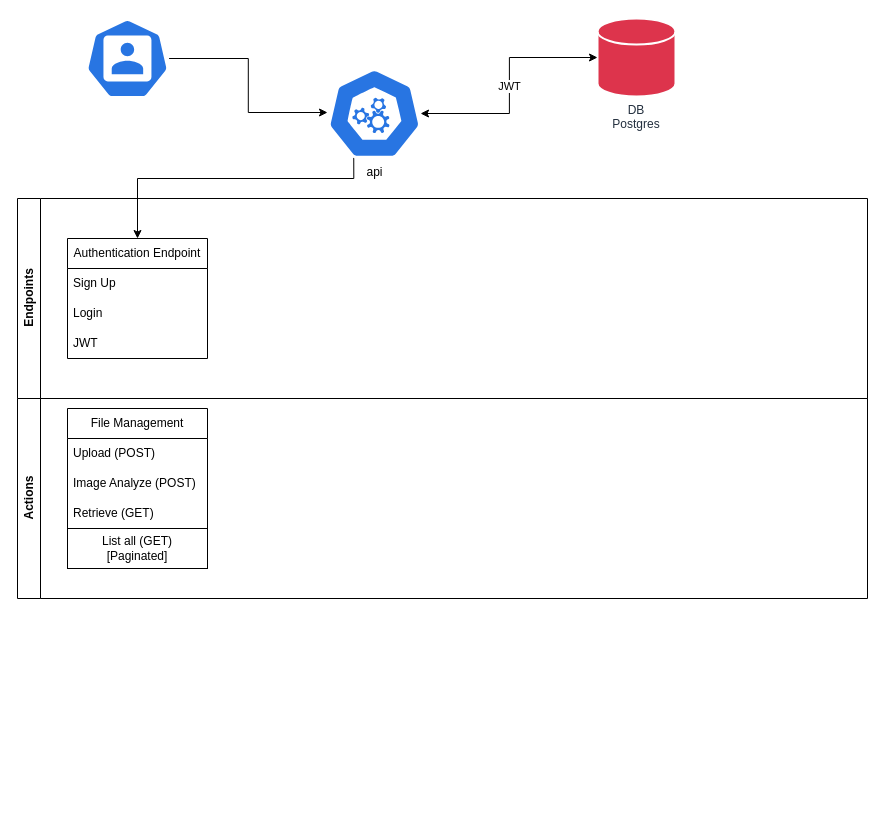
jstoveld/fitty keeps this draw.io diagram as fitty_api.drawio. Above is the earlier version. Source tidied: cells renumbered, new cells numbered last; positions are measured from the earlier drawing's top-left corner, leaving out a move shared by most shapes. Both pictures are drawn from the tidied source at 100%, with x=0, y=0 at pixel (17, 18).
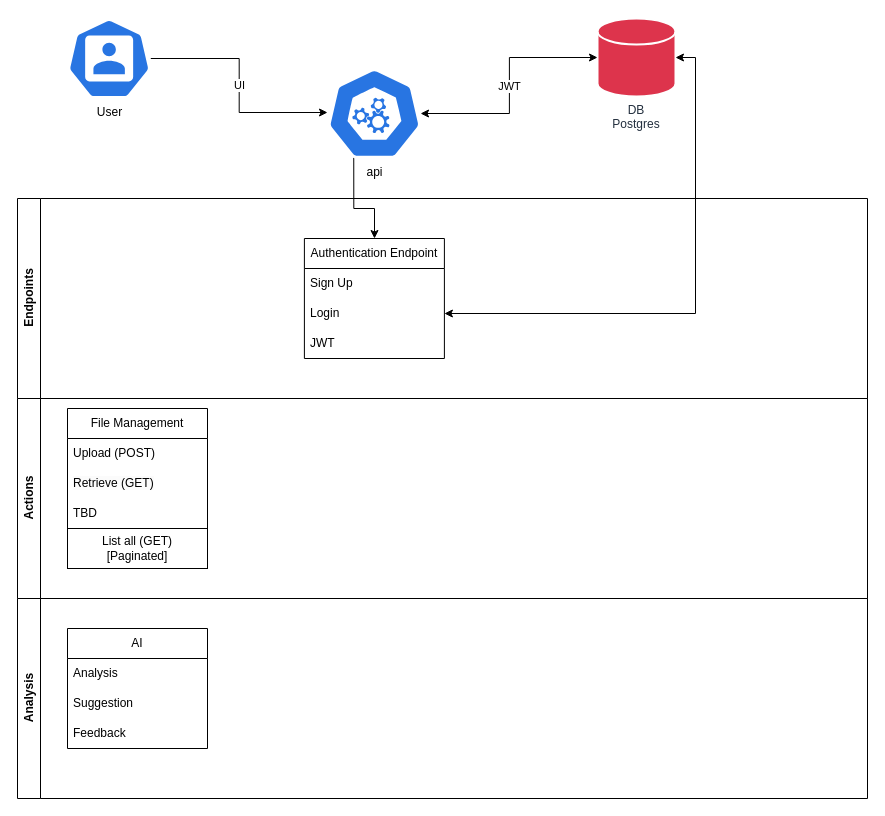
The same page after the edit.

Commit message (it also covers changes not shown here):
Revised diagram. Wrote boilerplate fastapi main.py in new folder app.

Unchanged cells that the change refers to:
```xml
<mxCell id="3" value="api" style="sketch=0;html=1;dashed=0;whitespace=wrap;verticalLabelPosition=bottom;verticalAlign=top;fillColor=#2875E2;strokeColor=#ffffff;points=[[0.005,0.63,0],[0.1,0.2,0],[0.9,0.2,0],[0.5,0,0],[0.995,0.63,0],[0.72,0.99,0],[0.5,1,0],[0.28,0.99,0]];shape=mxgraph.kubernetes.icon2;prIcon=api;" parent="1" vertex="1">
  <mxGeometry x="310" y="50" width="93.8" height="90" as="geometry" />
</mxCell>
<mxCell id="5" value="DB&lt;div&gt;Postgres&lt;/div&gt;" style="sketch=0;outlineConnect=0;fontColor=#232F3E;fillColor=#DD344C;strokeColor=#ffffff;dashed=0;verticalLabelPosition=bottom;verticalAlign=top;align=center;html=1;fontSize=12;fontStyle=0;shape=mxgraph.flowchart.database;resIcon=mxgraph.aws4.cloud_directory;strokeWidth=2;whiteSpace=wrap;" parent="1" vertex="1">
  <mxGeometry x="580" width="78" height="78" as="geometry" />
</mxCell>
<mxCell id="8" value="Endpoints" style="swimlane;horizontal=0;whiteSpace=wrap;html=1;" parent="1" vertex="1">
  <mxGeometry y="180" width="850" height="200" as="geometry" />
</mxCell>
<mxCell id="11" value="Login" style="text;strokeColor=none;fillColor=none;align=left;verticalAlign=middle;spacingLeft=4;spacingRight=4;overflow=hidden;points=[[0,0.5],[1,0.5]];portConstraint=eastwest;whiteSpace=wrap;html=1;" parent="9" vertex="1">
  <mxGeometry y="60" width="140" height="30" as="geometry" />
</mxCell>
<mxCell id="14" value="File Management" style="swimlane;fontStyle=0;horizontal=1;startSize=30;whiteSpace=wrap;html=1;" parent="13" vertex="1">
  <mxGeometry x="50" y="10" width="140" height="120" as="geometry" />
</mxCell>
```

The edit, as a diff of the source:
```diff
@@
-    <mxCell id="2" style="edgeStyle=orthogonalEdgeStyle;rounded=0;jettySize=auto;html=1;exitX=0.28;exitY=0.99;exitDx=0;exitDy=0;exitPerimeter=0;entryX=0.5;entryY=0;entryDx=0;entryDy=0;" parent="1" edge="1" source="3" target="9">
+    <mxCell id="2" style="edgeStyle=orthogonalEdgeStyle;rounded=0;jettySize=auto;html=1;exitX=0.28;exitY=0.99;exitDx=0;exitDy=0;exitPerimeter=0;" parent="1" edge="1" source="3" target="9">
       <mxGeometry relative="1" as="geometry">
         <Array as="points">
-          <mxPoint x="336" y="160" />
-          <mxPoint x="120" y="160" />
+          <mxPoint x="336" y="190" />
+          <mxPoint x="357" y="190" />
         </Array>
       </mxGeometry>
     </mxCell>
@@
-    <mxCell id="4" style="sketch=0;html=1;dashed=0;whitespace=wrap;verticalLabelPosition=bottom;verticalAlign=top;fillColor=#2875E2;strokeColor=#ffffff;points=[[0.005,0.63,0],[0.1,0.2,0],[0.9,0.2,0],[0.5,0,0],[0.995,0.63,0],[0.72,0.99,0],[0.5,1,0],[0.28,0.99,0]];shape=mxgraph.kubernetes.icon2;prIcon=user;" parent="1" vertex="1">
-      <mxGeometry x="68.3" width="83.3" height="80" as="geometry" />
+    <mxCell id="4" value="User&lt;div&gt;&lt;br&gt;&lt;/div&gt;" style="sketch=0;html=1;dashed=0;whitespace=wrap;verticalLabelPosition=bottom;verticalAlign=top;fillColor=#2875E2;strokeColor=#ffffff;points=[[0.005,0.63,0],[0.1,0.2,0],[0.9,0.2,0],[0.5,0,0],[0.995,0.63,0],[0.72,0.99,0],[0.5,1,0],[0.28,0.99,0]];shape=mxgraph.kubernetes.icon2;prIcon=user;" parent="1" vertex="1">
+      <mxGeometry x="50" width="83.3" height="80" as="geometry" />
     </mxCell>
@@
-    <mxCell id="7" style="edgeStyle=orthogonalEdgeStyle;rounded=0;jettySize=auto;html=1;entryX=0;entryY=0.489;entryDx=0;entryDy=0;entryPerimeter=0;" parent="1" edge="1" source="4" target="3">
+    <mxCell id="7" value="UI" style="edgeStyle=orthogonalEdgeStyle;rounded=0;jettySize=auto;html=1;entryX=0;entryY=0.489;entryDx=0;entryDy=0;entryPerimeter=0;" parent="1" edge="1" source="4" target="3">
       <mxGeometry relative="1" as="geometry" />
     </mxCell>
@@
     <mxCell id="9" value="Authentication Endpoint" style="swimlane;fontStyle=0;horizontal=1;startSize=30;whiteSpace=wrap;html=1;" parent="8" vertex="1">
-      <mxGeometry x="50" y="40" width="140" height="120" as="geometry" />
+      <mxGeometry x="286.9" y="40" width="140" height="120" as="geometry" />
     </mxCell>
@@
-    <mxCell id="16" value="Image Analyze (POST)" style="text;strokeColor=none;fillColor=none;align=left;verticalAlign=middle;spacingLeft=4;spacingRight=4;overflow=hidden;whiteSpace=wrap;html=1;" parent="14" vertex="1">
+    <mxCell id="16" value="&lt;span style=&quot;color: rgb(0, 0, 0); font-family: Helvetica; font-size: 12px; font-style: normal; font-variant-ligatures: normal; font-variant-caps: normal; font-weight: 400; letter-spacing: normal; orphans: 2; text-align: left; text-indent: 0px; text-transform: none; widows: 2; word-spacing: 0px; -webkit-text-stroke-width: 0px; white-space: normal; background-color: rgb(251, 251, 251); text-decoration-thickness: initial; text-decoration-style: initial; text-decoration-color: initial; display: inline !important; float: none;&quot;&gt;Retrieve (GET)&lt;/span&gt;" style="text;strokeColor=none;fillColor=none;align=left;verticalAlign=middle;spacingLeft=4;spacingRight=4;overflow=hidden;whiteSpace=wrap;html=1;" parent="14" vertex="1">
       <mxGeometry y="60" width="140" height="30" as="geometry" />
     </mxCell>
-    <mxCell id="17" value="Retrieve (GET)" style="text;strokeColor=none;fillColor=none;align=left;verticalAlign=middle;spacingLeft=4;spacingRight=4;overflow=hidden;whiteSpace=wrap;html=1;" parent="14" vertex="1">
+    <mxCell id="17" value="TBD" style="text;strokeColor=none;fillColor=none;align=left;verticalAlign=middle;spacingLeft=4;spacingRight=4;overflow=hidden;whiteSpace=wrap;html=1;" parent="14" vertex="1">
       <mxGeometry y="90" width="140" height="30" as="geometry" />
     </mxCell>
@@
+    <mxCell id="19" value="Analysis" style="swimlane;horizontal=0;whiteSpace=wrap;html=1;" parent="1" vertex="1">
+      <mxGeometry y="580" width="850" height="200" as="geometry" />
+    </mxCell>
+    <mxCell id="20" value="AI" style="swimlane;fontStyle=0;horizontal=1;startSize=30;whiteSpace=wrap;html=1;" parent="19" vertex="1">
+      <mxGeometry x="50" y="30" width="140" height="120" as="geometry" />
+    </mxCell>
+    <mxCell id="21" value="Analysis" style="text;strokeColor=none;fillColor=none;align=left;verticalAlign=middle;spacingLeft=4;spacingRight=4;overflow=hidden;whiteSpace=wrap;html=1;" parent="20" vertex="1">
+      <mxGeometry y="30" width="140" height="30" as="geometry" />
+    </mxCell>
+    <mxCell id="22" value="Suggestion" style="text;strokeColor=none;fillColor=none;align=left;verticalAlign=middle;spacingLeft=4;spacingRight=4;overflow=hidden;whiteSpace=wrap;html=1;" parent="20" vertex="1">
+      <mxGeometry y="60" width="140" height="30" as="geometry" />
+    </mxCell>
+    <mxCell id="23" value="Feedback" style="text;strokeColor=none;fillColor=none;align=left;verticalAlign=middle;spacingLeft=4;spacingRight=4;overflow=hidden;whiteSpace=wrap;html=1;" parent="20" vertex="1">
+      <mxGeometry y="90" width="140" height="30" as="geometry" />
+    </mxCell>
+    <mxCell id="24" style="edgeStyle=orthogonalEdgeStyle;rounded=0;jettySize=auto;html=1;entryX=1;entryY=0.5;entryDx=0;entryDy=0;entryPerimeter=0;startArrow=classic;startFill=1;" parent="1" edge="1" source="11" target="5">
+      <mxGeometry relative="1" as="geometry" />
+    </mxCell>
```
